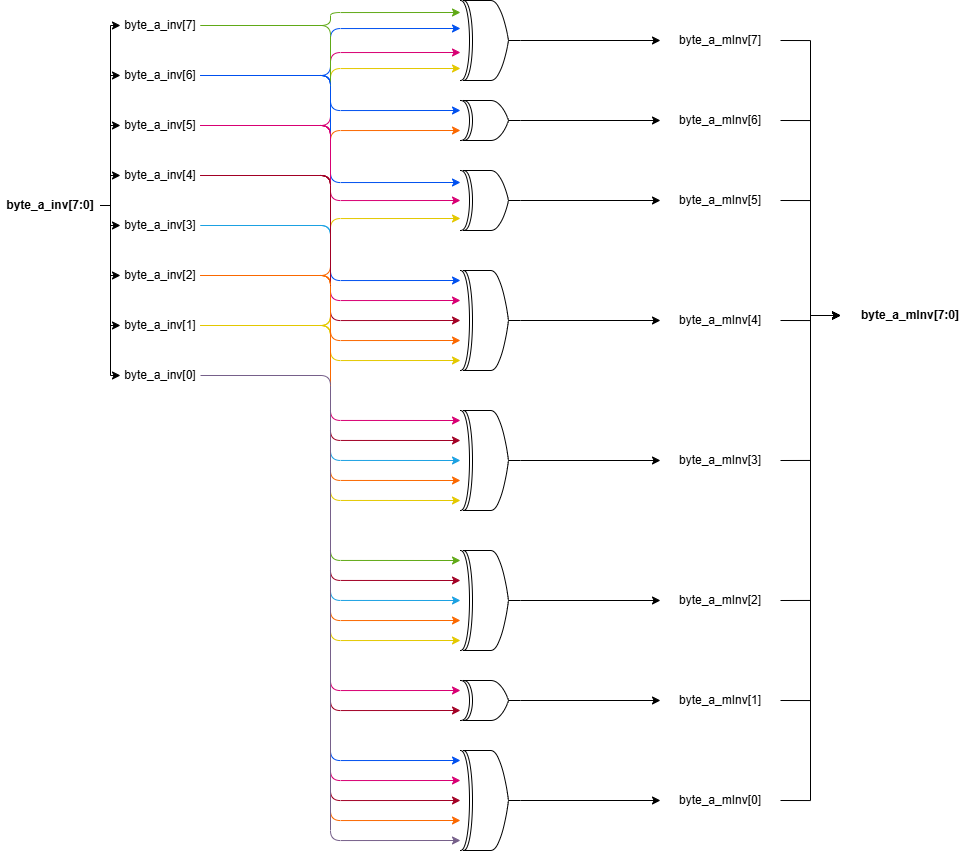
Earlier version of the draw.io export media/ImpInv low level.png (LQLManZz/AES128-Verilog). Source tidied: cells renumbered, new cells last; positions are measured from the earlier drawing's top-left corner, leaving out a move shared by most shapes.
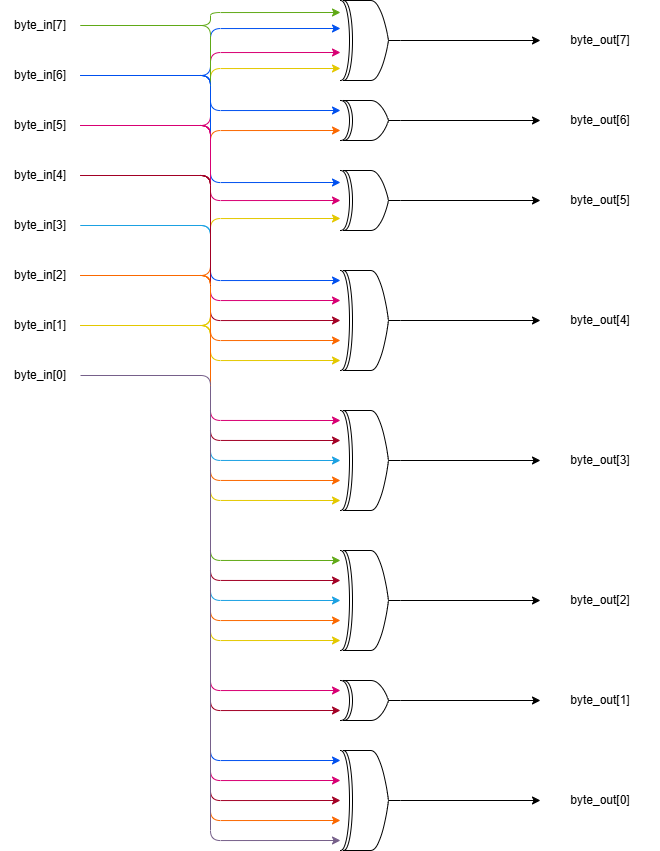
Above is the later version.

What changed in the source:
```diff
@@ -2,31 +2,28 @@
   <root>
     <mxCell id="0" />
     <mxCell id="1" parent="0" />
-    <mxCell id="2" value="byte_a_inv[7:0]" style="text;html=1;whiteSpace=wrap;strokeColor=none;fillColor=none;align=center;verticalAlign=middle;rounded=0;fontStyle=1;" parent="1" vertex="1">
-      <mxGeometry y="190" width="100" height="30" as="geometry" />
-    </mxCell>
-    <mxCell id="3" value="byte_a_inv[7]" style="text;html=1;whiteSpace=wrap;strokeColor=none;fillColor=none;align=center;verticalAlign=middle;rounded=0;" parent="1" vertex="1">
+    <mxCell id="3" value="byte_in[7]" style="text;html=1;whiteSpace=wrap;strokeColor=none;fillColor=none;align=center;verticalAlign=middle;rounded=0;" parent="1" vertex="1">
       <mxGeometry x="120" y="10" width="80" height="30" as="geometry" />
     </mxCell>
-    <mxCell id="4" value="byte_a_inv[6]" style="text;html=1;whiteSpace=wrap;strokeColor=none;fillColor=none;align=center;verticalAlign=middle;rounded=0;" parent="1" vertex="1">
+    <mxCell id="4" value="byte_in[6]" style="text;html=1;whiteSpace=wrap;strokeColor=none;fillColor=none;align=center;verticalAlign=middle;rounded=0;" parent="1" vertex="1">
       <mxGeometry x="120" y="60" width="80" height="30" as="geometry" />
     </mxCell>
-    <mxCell id="5" value="byte_a_inv[5]" style="text;html=1;whiteSpace=wrap;strokeColor=none;fillColor=none;align=center;verticalAlign=middle;rounded=0;" parent="1" vertex="1">
+    <mxCell id="5" value="byte_in[5]" style="text;html=1;whiteSpace=wrap;strokeColor=none;fillColor=none;align=center;verticalAlign=middle;rounded=0;" parent="1" vertex="1">
       <mxGeometry x="120" y="110" width="80" height="30" as="geometry" />
     </mxCell>
-    <mxCell id="6" value="byte_a_inv[4]" style="text;html=1;whiteSpace=wrap;strokeColor=none;fillColor=none;align=center;verticalAlign=middle;rounded=0;" parent="1" vertex="1">
+    <mxCell id="6" value="byte_in[4]" style="text;html=1;whiteSpace=wrap;strokeColor=none;fillColor=none;align=center;verticalAlign=middle;rounded=0;" parent="1" vertex="1">
       <mxGeometry x="120" y="160" width="80" height="30" as="geometry" />
     </mxCell>
-    <mxCell id="7" value="byte_a_inv[3]" style="text;html=1;whiteSpace=wrap;strokeColor=none;fillColor=none;align=center;verticalAlign=middle;rounded=0;" parent="1" vertex="1">
+    <mxCell id="7" value="byte_in[3]" style="text;html=1;whiteSpace=wrap;strokeColor=none;fillColor=none;align=center;verticalAlign=middle;rounded=0;" parent="1" vertex="1">
       <mxGeometry x="120" y="210" width="80" height="30" as="geometry" />
     </mxCell>
-    <mxCell id="8" value="byte_a_inv[2]" style="text;html=1;whiteSpace=wrap;strokeColor=none;fillColor=none;align=center;verticalAlign=middle;rounded=0;" parent="1" vertex="1">
+    <mxCell id="8" value="byte_in[2]" style="text;html=1;whiteSpace=wrap;strokeColor=none;fillColor=none;align=center;verticalAlign=middle;rounded=0;" parent="1" vertex="1">
       <mxGeometry x="120" y="260" width="80" height="30" as="geometry" />
     </mxCell>
-    <mxCell id="9" value="byte_a_inv[1]" style="text;html=1;whiteSpace=wrap;strokeColor=none;fillColor=none;align=center;verticalAlign=middle;rounded=0;" parent="1" vertex="1">
+    <mxCell id="9" value="byte_in[1]" style="text;html=1;whiteSpace=wrap;strokeColor=none;fillColor=none;align=center;verticalAlign=middle;rounded=0;" parent="1" vertex="1">
       <mxGeometry x="120" y="310" width="80" height="30" as="geometry" />
     </mxCell>
-    <mxCell id="10" value="byte_a_inv[0]" style="text;html=1;whiteSpace=wrap;strokeColor=none;fillColor=none;align=center;verticalAlign=middle;rounded=0;" parent="1" vertex="1">
+    <mxCell id="10" value="byte_in[0]" style="text;html=1;whiteSpace=wrap;strokeColor=none;fillColor=none;align=center;verticalAlign=middle;rounded=0;" parent="1" vertex="1">
       <mxGeometry x="120" y="360" width="80" height="30" as="geometry" />
     </mxCell>
     <mxCell id="11" style="shape=(stored shape, 452 characters);whiteSpace=wrap;html=1;" parent="1" vertex="1">
@@ -53,57 +50,30 @@
     <mxCell id="18" style="shape=(stored shape, 452 characters);whiteSpace=wrap;html=1;" parent="1" vertex="1">
       <mxGeometry x="460" y="750" width="60" height="100" as="geometry" />
     </mxCell>
-    <mxCell id="19" value="byte_a_mInv[7]" style="text;html=1;whiteSpace=wrap;strokeColor=none;fillColor=none;align=center;verticalAlign=middle;rounded=0;" parent="1" vertex="1">
+    <mxCell id="19" value="byte_out[7]" style="text;html=1;whiteSpace=wrap;strokeColor=none;fillColor=none;align=center;verticalAlign=middle;rounded=0;" parent="1" vertex="1">
       <mxGeometry x="660" y="25" width="120" height="30" as="geometry" />
     </mxCell>
-    <mxCell id="20" value="byte_a_mInv[6]" style="text;html=1;whiteSpace=wrap;strokeColor=none;fillColor=none;align=center;verticalAlign=middle;rounded=0;" parent="1" vertex="1">
+    <mxCell id="20" value="byte_out[6]" style="text;html=1;whiteSpace=wrap;strokeColor=none;fillColor=none;align=center;verticalAlign=middle;rounded=0;" parent="1" vertex="1">
       <mxGeometry x="660" y="105" width="120" height="30" as="geometry" />
     </mxCell>
-    <mxCell id="21" value="byte_a_mInv[5]" style="text;html=1;whiteSpace=wrap;strokeColor=none;fillColor=none;align=center;verticalAlign=middle;rounded=0;" parent="1" vertex="1">
+    <mxCell id="21" value="byte_out[5]" style="text;html=1;whiteSpace=wrap;strokeColor=none;fillColor=none;align=center;verticalAlign=middle;rounded=0;" parent="1" vertex="1">
       <mxGeometry x="660" y="185" width="120" height="30" as="geometry" />
     </mxCell>
-    <mxCell id="22" value="byte_a_mInv[4]" style="text;html=1;whiteSpace=wrap;strokeColor=none;fillColor=none;align=center;verticalAlign=middle;rounded=0;" parent="1" vertex="1">
+    <mxCell id="22" value="byte_out[4]" style="text;html=1;whiteSpace=wrap;strokeColor=none;fillColor=none;align=center;verticalAlign=middle;rounded=0;" parent="1" vertex="1">
       <mxGeometry x="660" y="305" width="120" height="30" as="geometry" />
     </mxCell>
-    <mxCell id="23" value="byte_a_mInv[3]" style="text;html=1;whiteSpace=wrap;strokeColor=none;fillColor=none;align=center;verticalAlign=middle;rounded=0;" parent="1" vertex="1">
+    <mxCell id="23" value="byte_out[3]" style="text;html=1;whiteSpace=wrap;strokeColor=none;fillColor=none;align=center;verticalAlign=middle;rounded=0;" parent="1" vertex="1">
       <mxGeometry x="660" y="445" width="120" height="30" as="geometry" />
     </mxCell>
-    <mxCell id="24" value="byte_a_mInv[2]" style="text;html=1;whiteSpace=wrap;strokeColor=none;fillColor=none;align=center;verticalAlign=middle;rounded=0;" parent="1" vertex="1">
+    <mxCell id="24" value="byte_out[2]" style="text;html=1;whiteSpace=wrap;strokeColor=none;fillColor=none;align=center;verticalAlign=middle;rounded=0;" parent="1" vertex="1">
       <mxGeometry x="660" y="585" width="120" height="30" as="geometry" />
     </mxCell>
-    <mxCell id="25" value="byte_a_mInv[1]" style="text;html=1;whiteSpace=wrap;strokeColor=none;fillColor=none;align=center;verticalAlign=middle;rounded=0;" parent="1" vertex="1">
+    <mxCell id="25" value="byte_out[1]" style="text;html=1;whiteSpace=wrap;strokeColor=none;fillColor=none;align=center;verticalAlign=middle;rounded=0;" parent="1" vertex="1">
       <mxGeometry x="660" y="685" width="120" height="30" as="geometry" />
     </mxCell>
-    <mxCell id="26" value="byte_a_mInv[0]" style="text;html=1;whiteSpace=wrap;strokeColor=none;fillColor=none;align=center;verticalAlign=middle;rounded=0;" parent="1" vertex="1">
+    <mxCell id="26" value="byte_out[0]" style="text;html=1;whiteSpace=wrap;strokeColor=none;fillColor=none;align=center;verticalAlign=middle;rounded=0;" parent="1" vertex="1">
       <mxGeometry x="660" y="785" width="120" height="30" as="geometry" />
     </mxCell>
-    <mxCell id="27" value="byte_a_mInv[7:0]" style="text;html=1;whiteSpace=wrap;strokeColor=none;fillColor=none;align=center;verticalAlign=middle;rounded=0;fontStyle=1;" parent="1" vertex="1">
-      <mxGeometry x="840" y="300" width="140" height="30" as="geometry" />
-    </mxCell>
-    <mxCell id="28" style="edgeStyle=orthogonalEdgeStyle;rounded=0;html=1;exitX=1;exitY=0.5;entryX=0;entryY=0.5;" parent="1" edge="1" source="2" target="3">
-      <mxGeometry relative="1" as="geometry" />
-    </mxCell>
-    <mxCell id="29" style="edgeStyle=orthogonalEdgeStyle;rounded=0;html=1;exitX=1;exitY=0.5;entryX=0;entryY=0.5;" parent="1" edge="1" source="2" target="4">
-      <mxGeometry relative="1" as="geometry" />
-    </mxCell>
-    <mxCell id="30" style="edgeStyle=orthogonalEdgeStyle;rounded=0;html=1;exitX=1;exitY=0.5;entryX=0;entryY=0.5;" parent="1" edge="1" source="2" target="5">
-      <mxGeometry relative="1" as="geometry" />
-    </mxCell>
-    <mxCell id="31" style="edgeStyle=orthogonalEdgeStyle;rounded=0;html=1;exitX=1;exitY=0.5;entryX=0;entryY=0.5;" parent="1" edge="1" source="2" target="6">
-      <mxGeometry relative="1" as="geometry" />
-    </mxCell>
-    <mxCell id="32" style="edgeStyle=orthogonalEdgeStyle;rounded=0;html=1;exitX=1;exitY=0.5;entryX=0;entryY=0.5;" parent="1" edge="1" source="2" target="7">
-      <mxGeometry relative="1" as="geometry" />
-    </mxCell>
-    <mxCell id="33" style="edgeStyle=orthogonalEdgeStyle;rounded=0;html=1;exitX=1;exitY=0.5;entryX=0;entryY=0.5;" parent="1" edge="1" source="2" target="8">
-      <mxGeometry relative="1" as="geometry" />
-    </mxCell>
-    <mxCell id="34" style="edgeStyle=orthogonalEdgeStyle;rounded=0;html=1;exitX=1;exitY=0.5;entryX=0;entryY=0.5;" parent="1" edge="1" source="2" target="9">
-      <mxGeometry relative="1" as="geometry" />
-    </mxCell>
-    <mxCell id="35" style="edgeStyle=orthogonalEdgeStyle;rounded=0;html=1;exitX=1;exitY=0.5;entryX=0;entryY=0.5;" parent="1" edge="1" source="2" target="10">
-      <mxGeometry relative="1" as="geometry" />
-    </mxCell>
     <mxCell id="36" style="edgeStyle=orthogonalEdgeStyle;rounded=0;html=1;exitX=1;exitY=0.5;entryX=0;entryY=0.5;" parent="1" edge="1" source="11" target="19">
       <mxGeometry relative="1" as="geometry" />
     </mxCell>
@@ -128,30 +98,6 @@
     <mxCell id="43" style="edgeStyle=orthogonalEdgeStyle;rounded=0;html=1;exitX=1;exitY=0.5;entryX=0;entryY=0.5;" parent="1" edge="1" source="18" target="26">
       <mxGeometry relative="1" as="geometry" />
     </mxCell>
-    <mxCell id="44" style="edgeStyle=orthogonalEdgeStyle;rounded=0;html=1;exitX=1;exitY=0.5;entryX=0;entryY=0.5;" parent="1" edge="1" source="19" target="27">
-      <mxGeometry relative="1" as="geometry" />
-    </mxCell>
-    <mxCell id="45" style="edgeStyle=orthogonalEdgeStyle;rounded=0;html=1;exitX=1;exitY=0.5;entryX=0;entryY=0.5;" parent="1" edge="1" source="20" target="27">
-      <mxGeometry relative="1" as="geometry" />
-    </mxCell>
-    <mxCell id="46" style="edgeStyle=orthogonalEdgeStyle;rounded=0;html=1;exitX=1;exitY=0.5;entryX=0;entryY=0.5;" parent="1" edge="1" source="21" target="27">
-      <mxGeometry relative="1" as="geometry" />
-    </mxCell>
-    <mxCell id="47" style="edgeStyle=orthogonalEdgeStyle;rounded=0;html=1;exitX=1;exitY=0.5;entryX=0;entryY=0.5;" parent="1" edge="1" source="22" target="27">
-      <mxGeometry relative="1" as="geometry" />
-    </mxCell>
-    <mxCell id="48" style="edgeStyle=orthogonalEdgeStyle;rounded=0;html=1;exitX=1;exitY=0.5;entryX=0;entryY=0.5;" parent="1" edge="1" source="23" target="27">
-      <mxGeometry relative="1" as="geometry" />
-    </mxCell>
-    <mxCell id="49" style="edgeStyle=orthogonalEdgeStyle;rounded=0;html=1;exitX=1;exitY=0.5;entryX=0;entryY=0.5;" parent="1" edge="1" source="24" target="27">
-      <mxGeometry relative="1" as="geometry" />
-    </mxCell>
-    <mxCell id="50" style="edgeStyle=orthogonalEdgeStyle;rounded=0;html=1;exitX=1;exitY=0.5;entryX=0;entryY=0.5;" parent="1" edge="1" source="25" target="27">
-      <mxGeometry relative="1" as="geometry" />
-    </mxCell>
-    <mxCell id="51" style="edgeStyle=orthogonalEdgeStyle;rounded=0;html=1;exitX=1;exitY=0.5;entryX=0;entryY=0.5;" parent="1" edge="1" source="26" target="27">
-      <mxGeometry relative="1" as="geometry" />
-    </mxCell>
     <mxCell id="52" style="edgeStyle=orthogonalEdgeStyle;rounded=1;html=1;exitX=1;exitY=0.5;entryX=0;entryY=0.15;strokeColor=#60a917;" parent="1" edge="1" source="3" target="11">
       <mxGeometry relative="1" as="geometry" />
     </mxCell>
```
